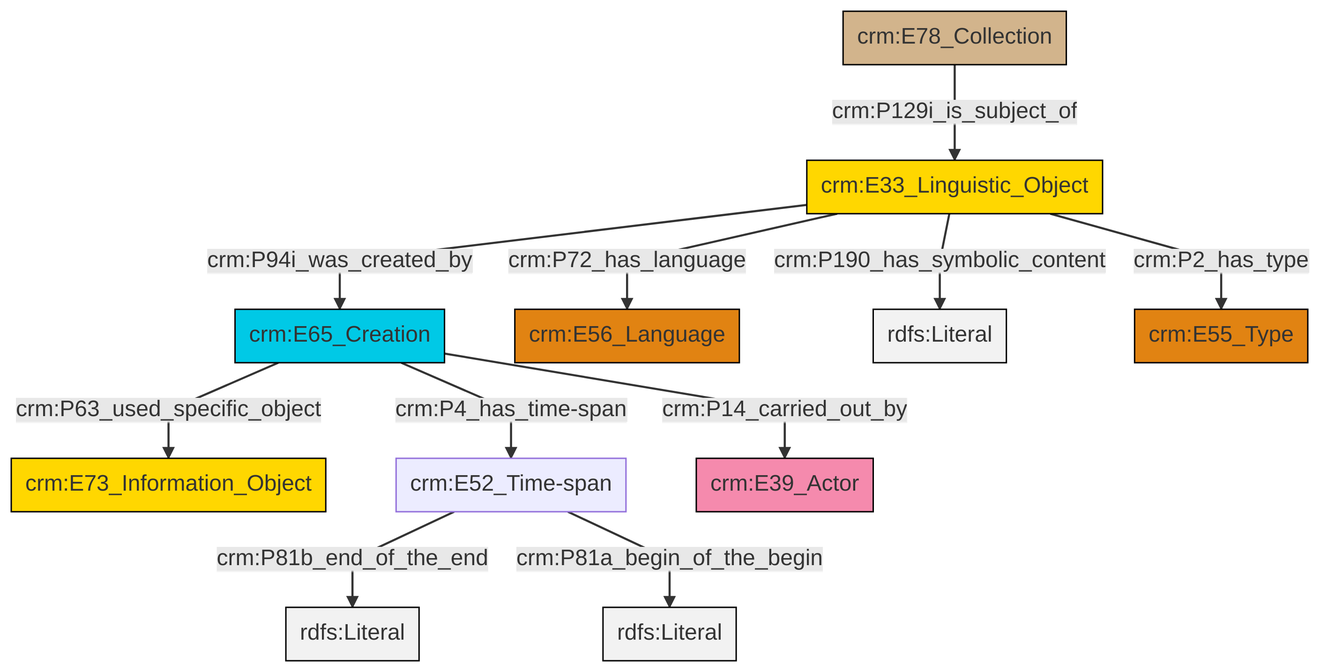
swiss-art-research-net/docs.swissartresearch keeps this Mermaid diagram as et/archivalCSV/ttl/mmd/png/archival_desc.png. Above is the earlier version. Its source is kept beside it as et/archivalCSV/ttl/mmd/archival_desc.ttl.mmd.
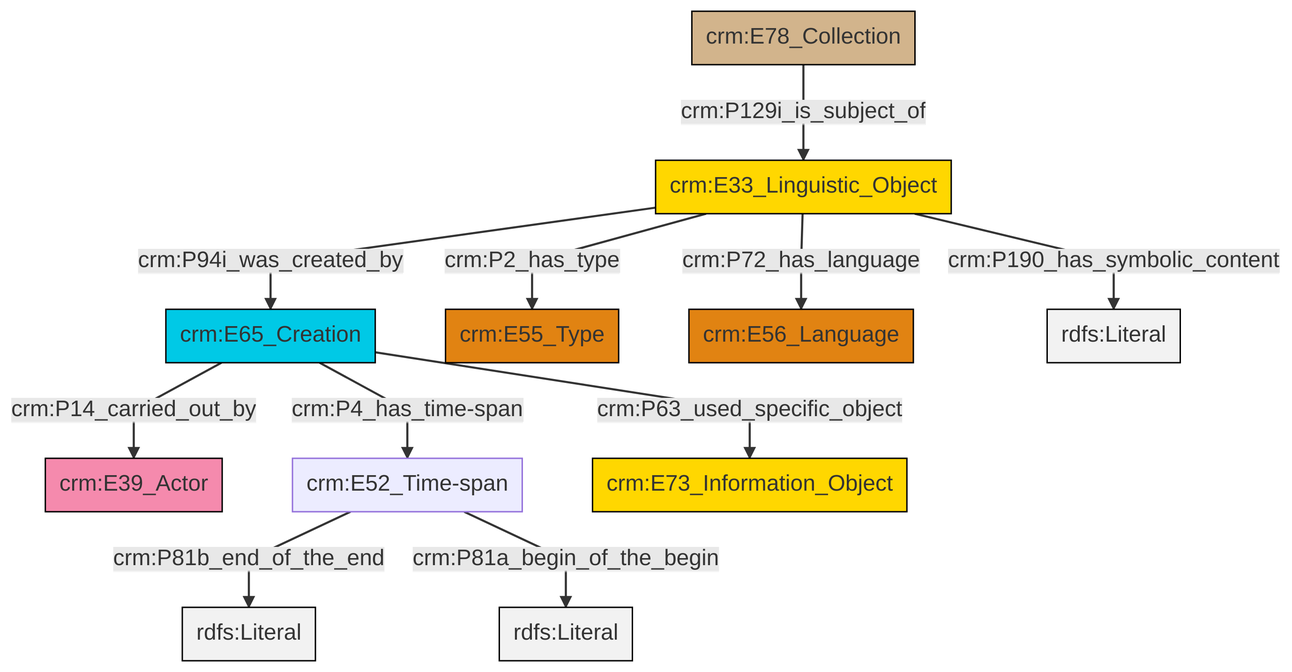
The same diagram one commit later.

The edit, as a diff of the source:
```diff
@@ -13,13 +13,13 @@
 classDef PC_Classes fill:#4ce600, stroke:#000000;
 classDef Multi fill:#cccccc,stroke:#000000;
 
-4["crm:E65_Creation"]:::Temporal_Entity -->|crm:P4_has_time-span| 5["crm:E52_Time-span"]:::Default
+0["crm:E78_Collection"]:::Physical_Thing -->|crm:P129i_is_subject_of| 1["crm:E33_Linguistic_Object"]:::Conceptual_Object
+3["crm:E65_Creation"]:::Temporal_Entity -->|crm:P14_carried_out_by| 4["crm:E39_Actor"]:::Actor
 5["crm:E52_Time-span"]:::Default -->|crm:P81b_end_of_the_end| 6[rdfs:Literal]:::Literal
-4["crm:E65_Creation"]:::Temporal_Entity -->|crm:P63_used_specific_object| 2["crm:E73_Information_Object"]:::Conceptual_Object
-0["crm:E33_Linguistic_Object"]:::Conceptual_Object -->|crm:P72_has_language| 9["crm:E56_Language"]:::Type
-0["crm:E33_Linguistic_Object"]:::Conceptual_Object -->|crm:P190_has_symbolic_content| 10[rdfs:Literal]:::Literal
-0["crm:E33_Linguistic_Object"]:::Conceptual_Object -->|crm:P94i_was_created_by| 4["crm:E65_Creation"]:::Temporal_Entity
-5["crm:E52_Time-span"]:::Default -->|crm:P81a_begin_of_the_begin| 11[rdfs:Literal]:::Literal
-7["crm:E78_Collection"]:::Physical_Thing -->|crm:P129i_is_subject_of| 0["crm:E33_Linguistic_Object"]:::Conceptual_Object
-4["crm:E65_Creation"]:::Temporal_Entity -->|crm:P14_carried_out_by| 15["crm:E39_Actor"]:::Actor
-0["crm:E33_Linguistic_Object"]:::Conceptual_Object -->|crm:P2_has_type| 13["crm:E55_Type"]:::Type
+1["crm:E33_Linguistic_Object"]:::Conceptual_Object -->|crm:P94i_was_created_by| 3["crm:E65_Creation"]:::Temporal_Entity
+3["crm:E65_Creation"]:::Temporal_Entity -->|crm:P4_has_time-span| 5["crm:E52_Time-span"]:::Default
+1["crm:E33_Linguistic_Object"]:::Conceptual_Object -->|crm:P72_has_language| 9["crm:E56_Language"]:::Type
+1["crm:E33_Linguistic_Object"]:::Conceptual_Object -->|crm:P190_has_symbolic_content| 13[rdfs:Literal]:::Literal
+5["crm:E52_Time-span"]:::Default -->|crm:P81a_begin_of_the_begin| 15[rdfs:Literal]:::Literal
+1["crm:E33_Linguistic_Object"]:::Conceptual_Object -->|crm:P2_has_type| 7["crm:E55_Type"]:::Type
+3["crm:E65_Creation"]:::Temporal_Entity -->|crm:P63_used_specific_object| 10["crm:E73_Information_Object"]:::Conceptual_Object
```
